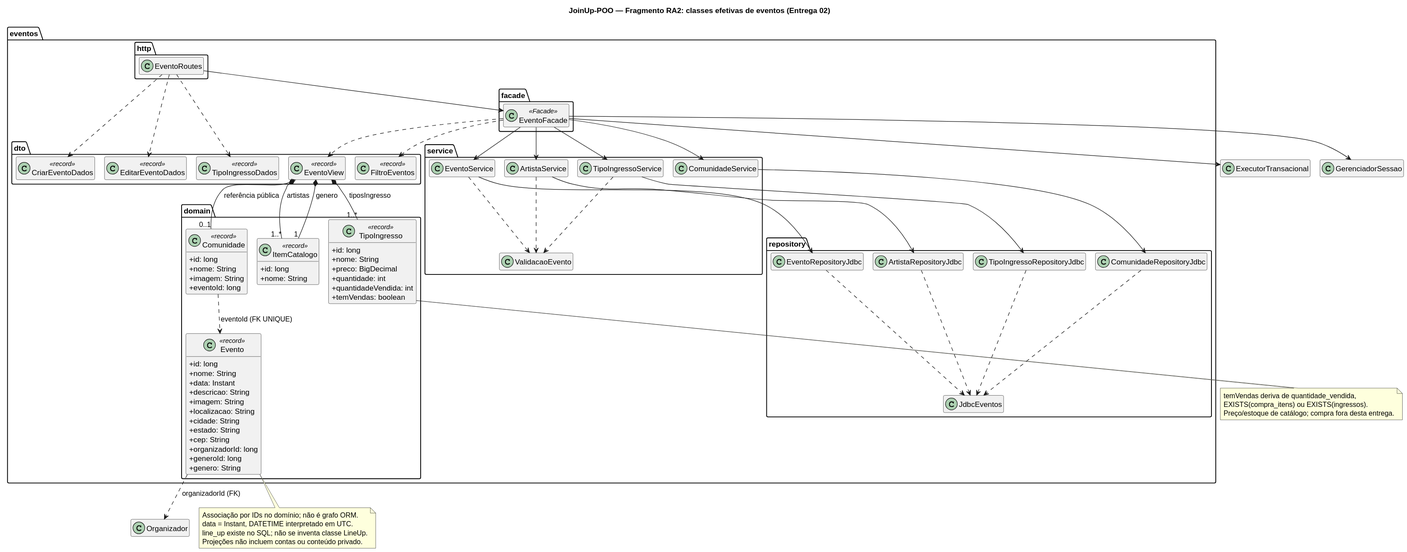
The PlantUML diagram docs/diagramas/EVENTOS_DOMINIO_02.svg in ericjs-code/JoinUp-POO, before a commit. Source of this version:
```plantuml
@startuml
!pragma layout smetana
title JoinUp-POO — Fragmento RA2: classes efetivas de eventos (Entrega 02)
skinparam classAttributeIconSize 0
hide empty members

package "eventos.domain" {
  class Evento <<record>> {
    +id: long
    +nome: String
    +data: Instant
    +descricao: String
    +imagem: String
    +localizacao: String
    +cidade: String
    +estado: String
    +cep: String
    +organizadorId: long
    +generoId: long
    +genero: String
  }
  class ItemCatalogo <<record>> {
    +id: long
    +nome: String
  }
  class TipoIngresso <<record>> {
    +id: long
    +nome: String
    +preco: BigDecimal
    +quantidade: int
    +quantidadeVendida: int
    +temVendas: boolean
  }
  class Comunidade <<record>> {
    +id: long
    +nome: String
    +imagem: String
    +eventoId: long
  }
}
package "eventos.dto" {
  class EventoView <<record>>
  class CriarEventoDados <<record>>
  class EditarEventoDados <<record>>
  class TipoIngressoDados <<record>>
  class FiltroEventos <<record>>
}
package "eventos.http" {
  class EventoRoutes
}
package "eventos.facade" {
  class EventoFacade <<Facade>>
}
package "eventos.service" {
  class EventoService
  class ArtistaService
  class TipoIngressoService
  class ComunidadeService
  class ValidacaoEvento
}
package "eventos.repository" {
  class EventoRepositoryJdbc
  class ArtistaRepositoryJdbc
  class TipoIngressoRepositoryJdbc
  class ComunidadeRepositoryJdbc
  class JdbcEventos
}
class Organizador
class GerenciadorSessao
class ExecutorTransacional
EventoRoutes --> EventoFacade
EventoRoutes ..> CriarEventoDados
EventoRoutes ..> EditarEventoDados
EventoRoutes ..> TipoIngressoDados
EventoFacade --> ExecutorTransacional
EventoFacade --> GerenciadorSessao
EventoFacade --> EventoService
EventoFacade --> ArtistaService
EventoFacade --> TipoIngressoService
EventoFacade --> ComunidadeService
EventoFacade ..> EventoView
EventoFacade ..> FiltroEventos
EventoService --> EventoRepositoryJdbc
ArtistaService --> ArtistaRepositoryJdbc
TipoIngressoService --> TipoIngressoRepositoryJdbc
ComunidadeService --> ComunidadeRepositoryJdbc
EventoService ..> ValidacaoEvento
ArtistaService ..> ValidacaoEvento
TipoIngressoService ..> ValidacaoEvento
EventoRepositoryJdbc ..> JdbcEventos
ArtistaRepositoryJdbc ..> JdbcEventos
TipoIngressoRepositoryJdbc ..> JdbcEventos
ComunidadeRepositoryJdbc ..> JdbcEventos
EventoView *-- "1" ItemCatalogo : genero
EventoView *-- "1..*" ItemCatalogo : artistas
EventoView *-- "1..*" TipoIngresso : tiposIngresso
EventoView o-- "0..1" Comunidade : referência pública
Evento ..> Organizador : organizadorId (FK)
Comunidade ..> Evento : eventoId (FK UNIQUE)
note bottom of Evento
  Associação por IDs no domínio; não é grafo ORM.
  data = Instant, DATETIME interpretado em UTC.
  line_up existe no SQL; não se inventa classe LineUp.
  Projeções não incluem contas ou conteúdo privado.
end note
note bottom of TipoIngresso
  temVendas deriva de quantidade_vendida,
  EXISTS(compra_itens) ou EXISTS(ingressos).
  Preço/estoque de catálogo; compra fora desta entrega.
end note
@enduml
```
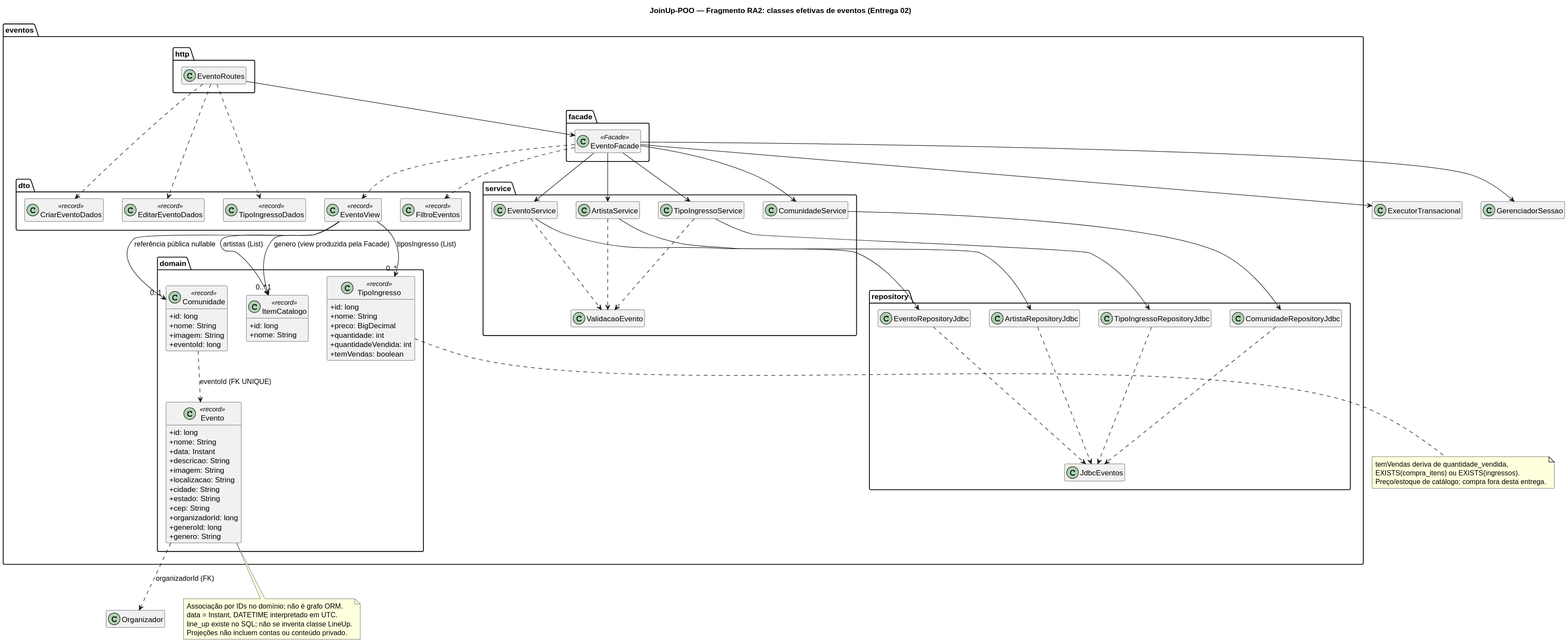
The same file after the commit.

Change to the diagram source:
```diff
@@ -1,5 +1,4 @@
 @startuml
-!pragma layout smetana
 title JoinUp-POO — Fragmento RA2: classes efetivas de eventos (Entrega 02)
 skinparam classAttributeIconSize 0
 hide empty members
@@ -91,10 +90,10 @@
 ArtistaRepositoryJdbc ..> JdbcEventos
 TipoIngressoRepositoryJdbc ..> JdbcEventos
 ComunidadeRepositoryJdbc ..> JdbcEventos
-EventoView *-- "1" ItemCatalogo : genero
-EventoView *-- "1..*" ItemCatalogo : artistas
-EventoView *-- "1..*" TipoIngresso : tiposIngresso
-EventoView o-- "0..1" Comunidade : referência pública
+EventoView --> "1" ItemCatalogo : genero (view produzida pela Facade)
+EventoView --> "0..*" ItemCatalogo : artistas (List)
+EventoView --> "0..*" TipoIngresso : tiposIngresso (List)
+EventoView --> "0..1" Comunidade : referência pública nullable
 Evento ..> Organizador : organizadorId (FK)
 Comunidade ..> Evento : eventoId (FK UNIQUE)
 note bottom of Evento
```
